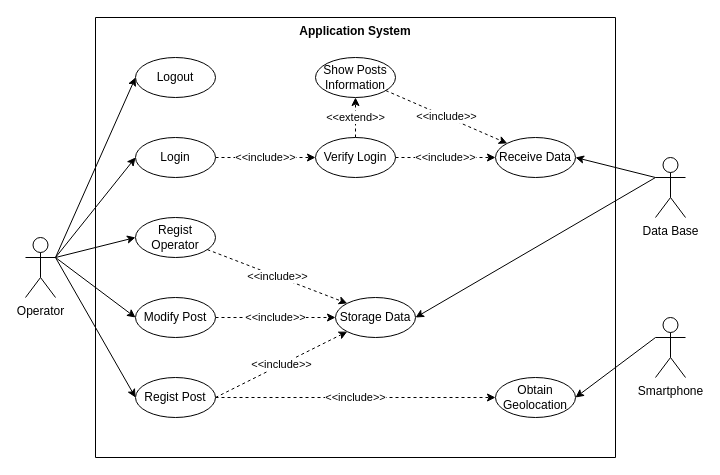
Before: page "AppSystem_UseCases" (1 of 4) of project/report/flowcharts/RemoteSystem.drawio in ESRGgroup9/slipad, a draw.io diagram. Source tidied: cells renumbered, new cells numbered last; positions are measured from the earlier drawing's top-left corner, leaving out a move shared by most shapes. Both pictures are drawn from the tidied source at 100%, with x=0, y=0 at pixel (25, 17).
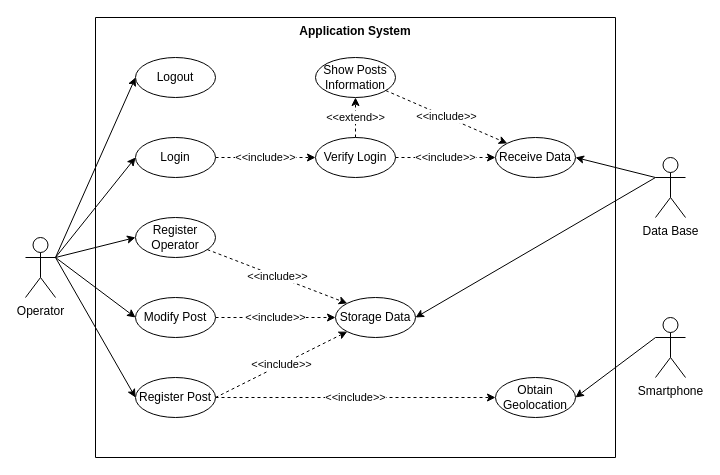
The same diagram, later.

Unchanged cells that the change refers to:
```xml
<mxCell id="2" value="Application System" style="swimlane;startSize=0;verticalAlign=top;" parent="1" vertex="1">
  <mxGeometry x="70" width="520" height="440" as="geometry" />
</mxCell>
```

The edit, as a diff of the source:
```diff
@@
-    <mxCell id="7" value="Regist Operator" style="ellipse;whiteSpace=wrap;html=1;" parent="2" vertex="1">
+    <mxCell id="7" value="Register Operator" style="ellipse;whiteSpace=wrap;html=1;" parent="2" vertex="1">
       <mxGeometry x="40" y="200" width="80" height="40" as="geometry" />
     </mxCell>
@@
-    <mxCell id="12" value="&lt;div&gt;Regist Post&lt;br&gt;&lt;/div&gt;" style="ellipse;whiteSpace=wrap;html=1;" parent="2" vertex="1">
+    <mxCell id="12" value="&lt;div&gt;Register Post&lt;br&gt;&lt;/div&gt;" style="ellipse;whiteSpace=wrap;html=1;" parent="2" vertex="1">
       <mxGeometry x="40" y="360" width="80" height="40" as="geometry" />
     </mxCell>
```
